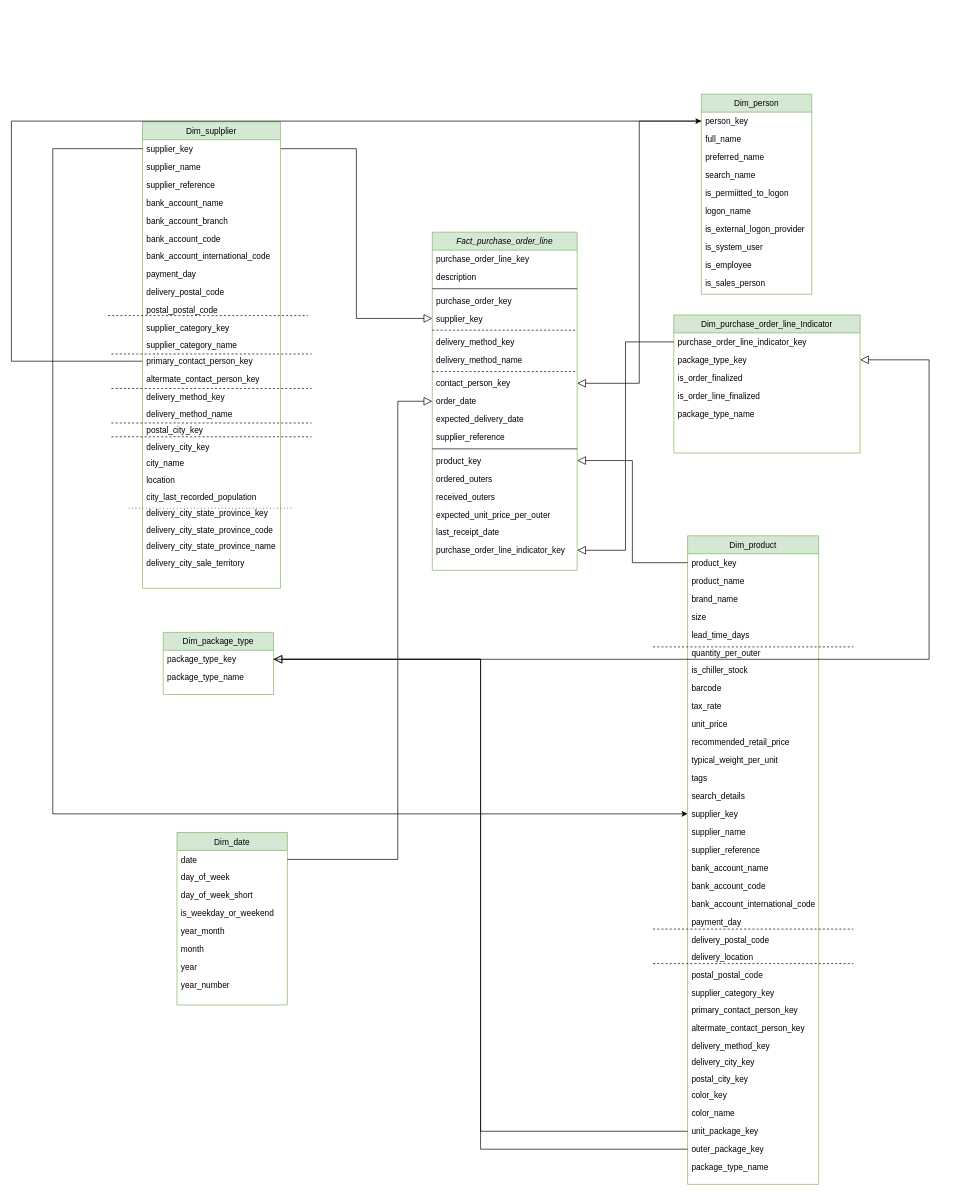
This is Purchase Order.drawio from DucTran3110/data_warehouse_course, a draw.io file, before an edit. Source tidied: cells renumbered, new cells numbered last; positions are measured from the earlier drawing's top-left corner, leaving out a move shared by most shapes. Both pictures are drawn from the tidied source at 69%, with x=0, y=0 at pixel (11, 94).
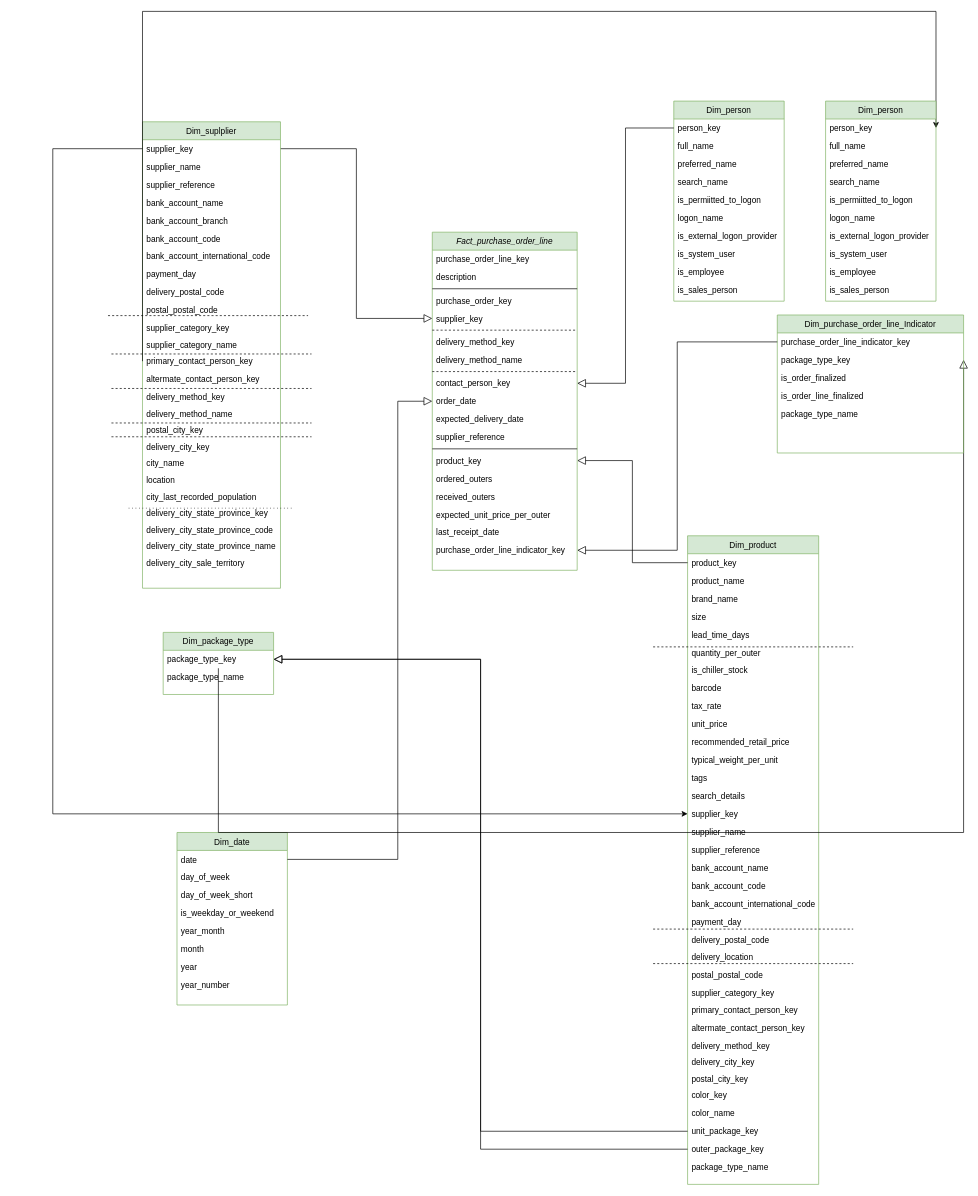
Above is the later version.

Unchanged cells that the change refers to:
```xml
<mxCell id="90" value="primary_contact_person_key" style="text;align=left;verticalAlign=top;spacingLeft=4;spacingRight=4;overflow=hidden;points=[[0,0.5],[1,0.5]];portConstraint=eastwest;" parent="72" vertex="1">
  <mxGeometry y="334" width="200" height="26" as="geometry" />
</mxCell>
```

Diff of the diagram source:
```diff
@@
     <mxCell id="24" value="Dim_person" style="swimlane;fontStyle=0;align=center;verticalAlign=top;horizontal=1;startSize=26;rounded=0;shadow=0;strokeWidth=1;fillColor=#d5e8d4;strokeColor=#82b366;" parent="1" vertex="1">
-      <mxGeometry x="1000" width="160" height="290" as="geometry" />
+      <mxGeometry x="960" y="10" width="160" height="290" as="geometry" />
     </mxCell>
@@
-    <mxCell id="122" style="edgeStyle=elbowEdgeStyle;rounded=0;jettySize=auto;html=1;exitX=0;exitY=0.5;exitDx=0;exitDy=0;" parent="1" edge="1" source="90">
+    <mxCell id="122" style="edgeStyle=elbowEdgeStyle;rounded=0;jettySize=auto;html=1;exitX=0;exitY=0.5;exitDx=0;exitDy=0;entryX=1;entryY=0.5;entryDx=0;entryDy=0;" parent="1" edge="1" source="90" target="134">
       <mxGeometry relative="1" as="geometry">
-        <mxPoint x="1000" y="39" as="targetPoint" />
         <Array as="points">
-          <mxPoint y="200" />
+          <mxPoint x="650" y="-120" />
+          <mxPoint x="100" y="10" />
+          <mxPoint x="650" y="-30" />
+          <mxPoint x="640" />
+          <mxPoint x="470" y="160" />
         </Array>
       </mxGeometry>
     </mxCell>
@@
     <mxCell id="126" value="Dim_purchase_order_line_Indicator" style="swimlane;fontStyle=0;align=center;verticalAlign=top;horizontal=1;startSize=26;rounded=0;shadow=0;strokeWidth=1;fillColor=#d5e8d4;strokeColor=#82b366;" parent="1" vertex="1">
-      <mxGeometry x="960" y="320" width="270" height="200" as="geometry" />
+      <mxGeometry x="1110" y="320" width="270" height="200" as="geometry" />
     </mxCell>
@@
+    <mxCell id="133" value="Dim_person" style="swimlane;fontStyle=0;align=center;verticalAlign=top;horizontal=1;startSize=26;rounded=0;shadow=0;strokeWidth=1;fillColor=#d5e8d4;strokeColor=#82b366;" parent="1" vertex="1">
+      <mxGeometry x="1180" y="10" width="160" height="290" as="geometry" />
+    </mxCell>
+    <mxCell id="134" value="person_key" style="text;align=left;verticalAlign=top;spacingLeft=4;spacingRight=4;overflow=hidden;points=[[0,0.5],[1,0.5]];portConstraint=eastwest;" parent="133" vertex="1">
+      <mxGeometry y="26" width="160" height="26" as="geometry" />
+    </mxCell>
+    <mxCell id="135" value="full_name" style="text;align=left;verticalAlign=top;spacingLeft=4;spacingRight=4;overflow=hidden;" parent="133" vertex="1">
+      <mxGeometry y="52" width="160" height="26" as="geometry" />
+    </mxCell>
+    <mxCell id="136" value="preferred_name&#10;" style="text;align=left;verticalAlign=top;spacingLeft=4;spacingRight=4;overflow=hidden;" parent="133" vertex="1">
+      <mxGeometry y="78" width="160" height="26" as="geometry" />
+    </mxCell>
+    <mxCell id="137" value="search_name" style="text;align=left;verticalAlign=top;spacingLeft=4;spacingRight=4;overflow=hidden;" parent="133" vertex="1">
+      <mxGeometry y="104" width="160" height="26" as="geometry" />
+    </mxCell>
+    <mxCell id="138" value="is_permiitted_to_logon" style="text;align=left;verticalAlign=top;spacingLeft=4;spacingRight=4;overflow=hidden;" parent="133" vertex="1">
+      <mxGeometry y="130" width="160" height="26" as="geometry" />
+    </mxCell>
+    <mxCell id="139" value="logon_name" style="text;align=left;verticalAlign=top;spacingLeft=4;spacingRight=4;overflow=hidden;" parent="133" vertex="1">
+      <mxGeometry y="156" width="160" height="26" as="geometry" />
+    </mxCell>
+    <mxCell id="140" value="is_external_logon_provider" style="text;align=left;verticalAlign=top;spacingLeft=4;spacingRight=4;overflow=hidden;rounded=0;shadow=0;html=0;" parent="133" vertex="1">
+      <mxGeometry y="182" width="160" height="26" as="geometry" />
+    </mxCell>
+    <mxCell id="141" value="is_system_user" style="text;align=left;verticalAlign=top;spacingLeft=4;spacingRight=4;overflow=hidden;rounded=0;shadow=0;html=0;" parent="133" vertex="1">
+      <mxGeometry y="208" width="160" height="26" as="geometry" />
+    </mxCell>
+    <mxCell id="142" value="is_employee" style="text;align=left;verticalAlign=top;spacingLeft=4;spacingRight=4;overflow=hidden;rounded=0;shadow=0;html=0;" parent="133" vertex="1">
+      <mxGeometry y="234" width="160" height="26" as="geometry" />
+    </mxCell>
+    <mxCell id="143" value="is_sales_person" style="text;align=left;verticalAlign=top;spacingLeft=4;spacingRight=4;overflow=hidden;rounded=0;shadow=0;html=0;" parent="133" vertex="1">
+      <mxGeometry y="260" width="160" height="26" as="geometry" />
+    </mxCell>
```
